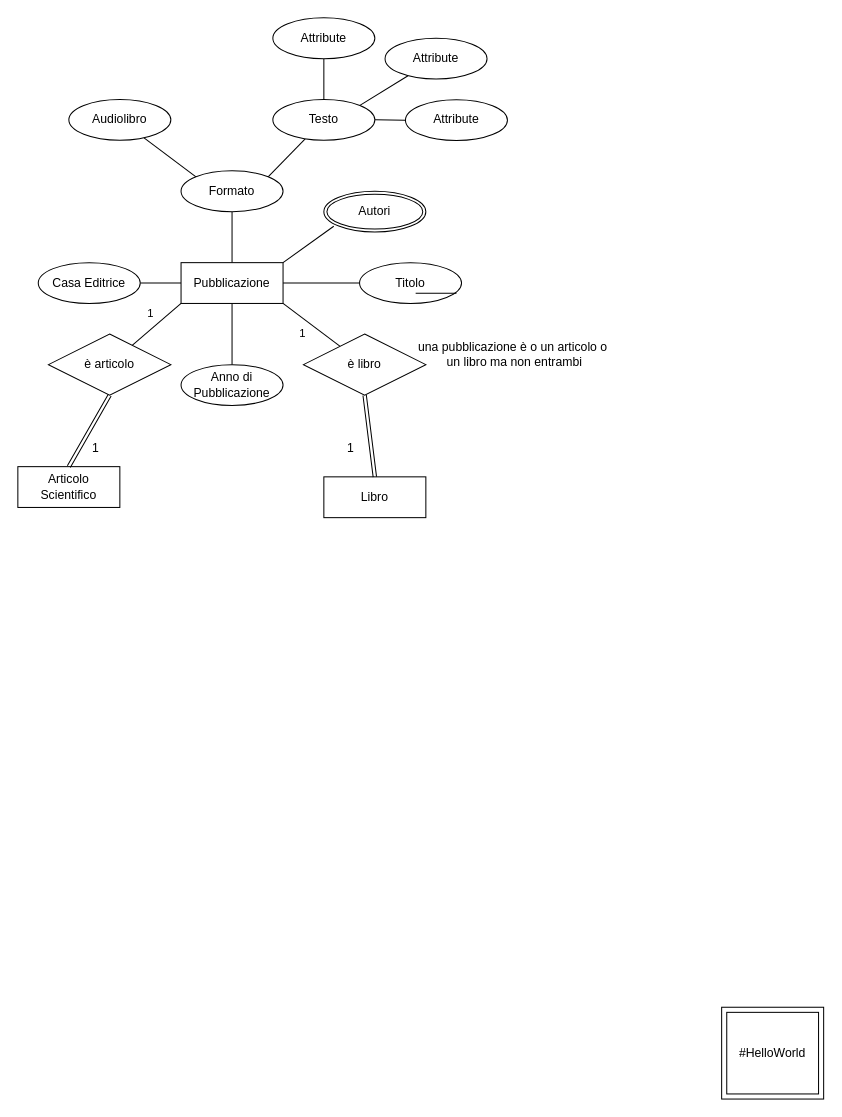
FiorentinoLuca/diagrams keeps this draw.io diagram as prova.drawio. Above is the earlier version. Source tidied: cells renumbered, new cells numbered last; positions are measured from the earlier drawing's top-left corner, leaving out a move shared by most shapes. Both pictures are drawn from the tidied source at 102%, with x=0, y=0 at pixel (17, 17).
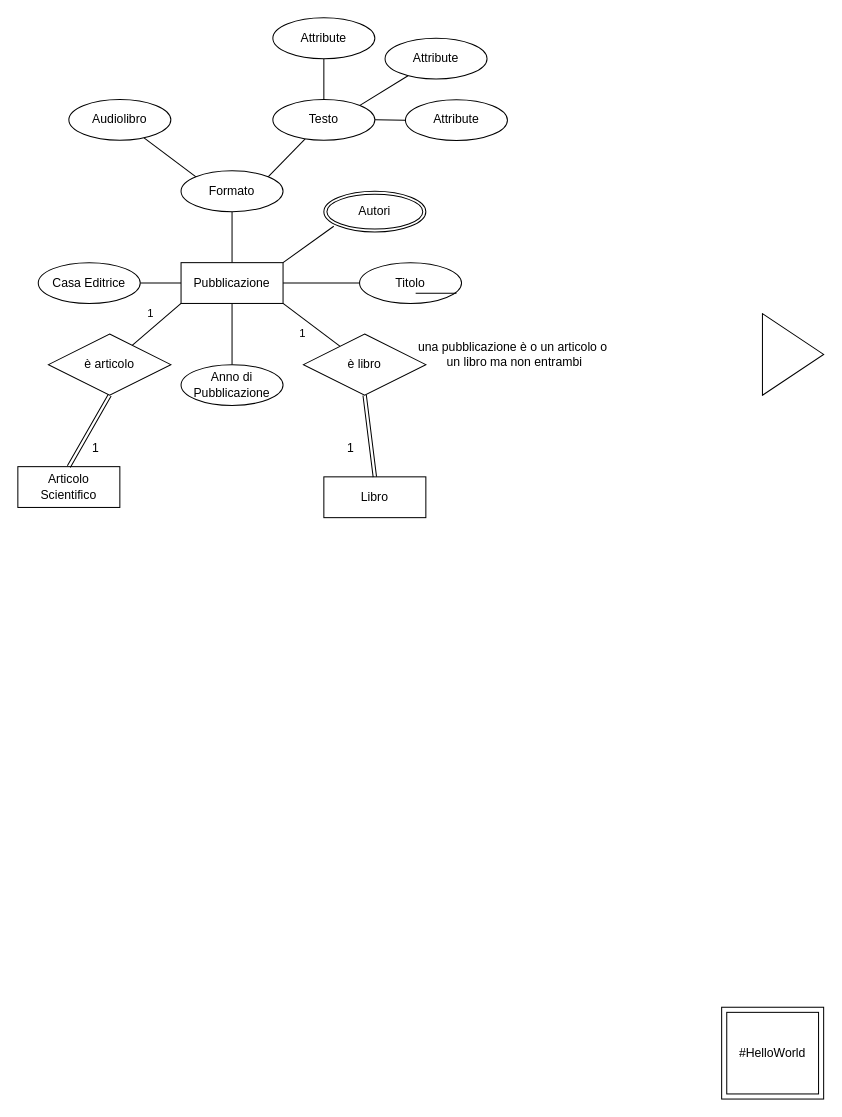
The same diagram, later.

The edit, as a diff of the source:
```diff
@@
+    <mxCell id="36" style="triangle;whiteSpace=wrap;html=1;" parent="1" vertex="1">
+      <mxGeometry x="730" y="290" width="60" height="80" as="geometry" />
+    </mxCell>
```
